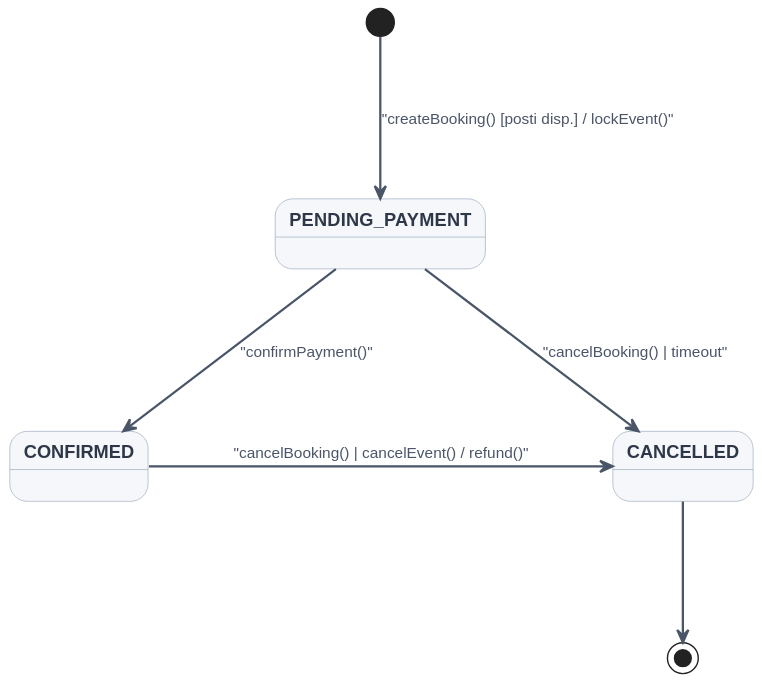
Earlier version of the PlantUML export docs/diagrams/states/state-booking.svg (MeruemMeurel/Venue_Event_Organiser).
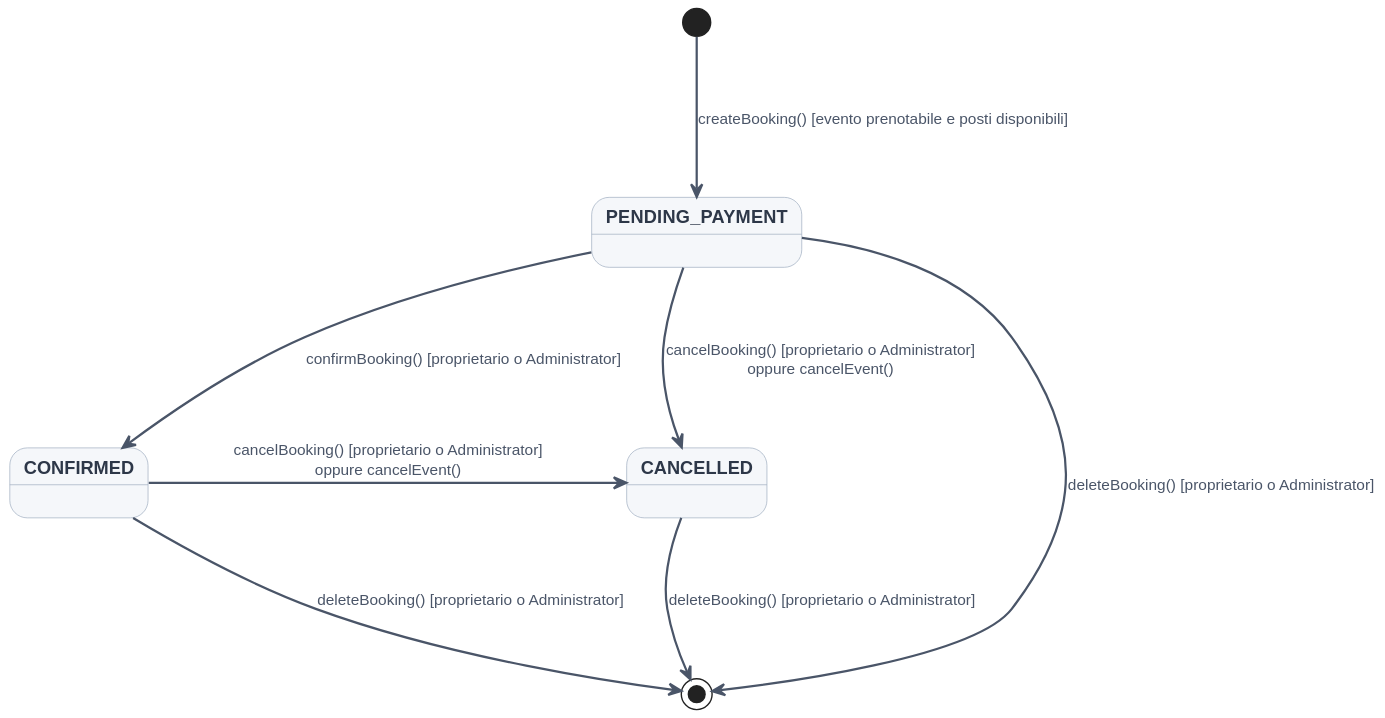
After the commit.

Commit message:
docs: correct lifecycle state machines

Change to the diagram source:
```diff
@@ -20,12 +20,14 @@
 skinparam ranksep 100
 skinparam nodesep 120
 
-[*] --> PENDING_PAYMENT : "createBooking() [posti disp.] / lockEvent()"
+[*] --> PENDING_PAYMENT : createBooking() [evento prenotabile e posti disponibili]
 
-PENDING_PAYMENT --> CONFIRMED : "confirmPayment()"
+PENDING_PAYMENT --> CONFIRMED : confirmBooking() [proprietario o Administrator]
 
-PENDING_PAYMENT -right-> CANCELLED : "cancelBooking() | timeout"
-CONFIRMED -right-> CANCELLED : "cancelBooking() | cancelEvent() / refund()"
+PENDING_PAYMENT -right-> CANCELLED : cancelBooking() [proprietario o Administrator]\noppure cancelEvent()
+CONFIRMED -right-> CANCELLED : cancelBooking() [proprietario o Administrator]\noppure cancelEvent()
 
-CANCELLED --> [*]
+PENDING_PAYMENT --> [*] : deleteBooking() [proprietario o Administrator]
+CONFIRMED --> [*] : deleteBooking() [proprietario o Administrator]
+CANCELLED --> [*] : deleteBooking() [proprietario o Administrator]
 @endum
```
